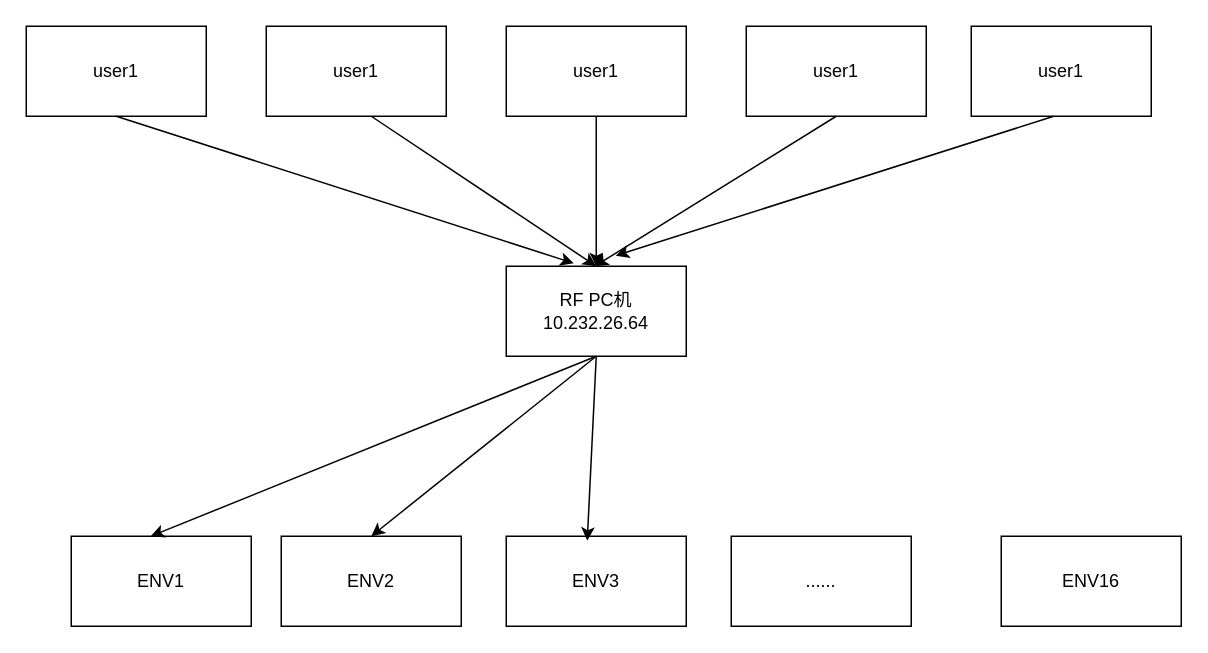
Above: 自动化群体环境管理图.drawio in ghr12345/bianyiqi (draw.io), before the change. Source tidied: cells renumbered, new cells numbered last; positions are measured from the earlier drawing's top-left corner, leaving out a move shared by most shapes. Both pictures are drawn from the tidied source at 150%, with x=0, y=0 at pixel (26, 26).
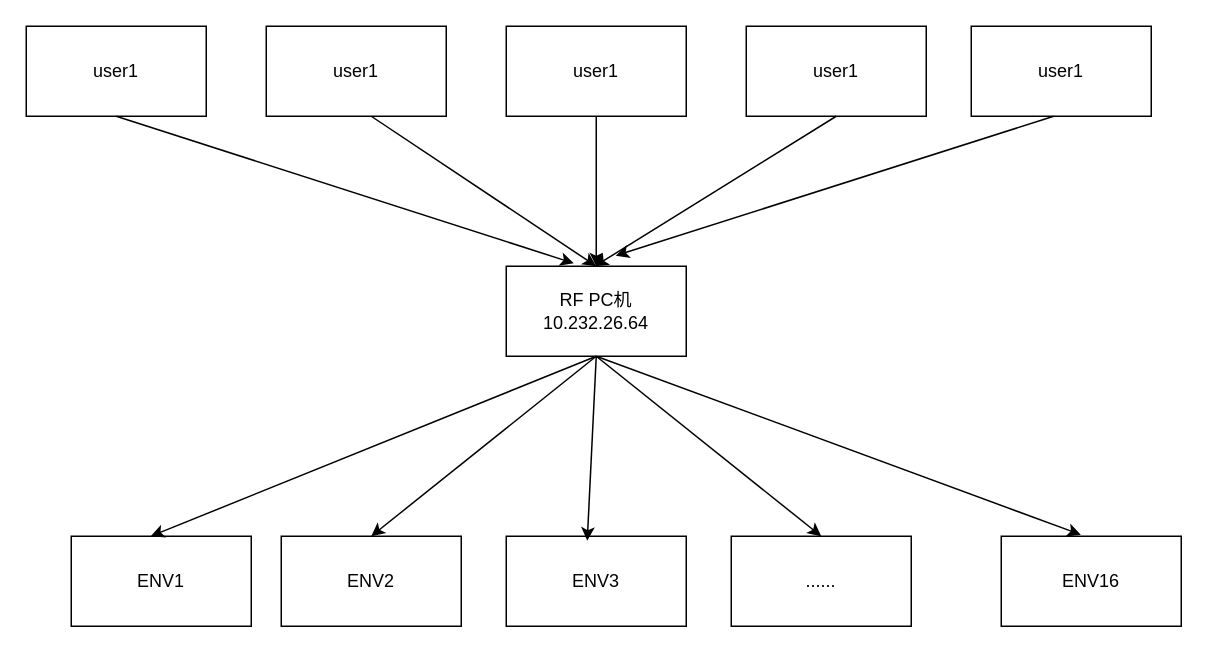
After the change.

Commit message (it also covers changes not shown here):
Update 自动化群体环境管理图.drawio

Unchanged cells that the change refers to:
```xml
<mxCell id="2" value="RF PC机 10.232.26.64" style="rounded=0;whiteSpace=wrap;html=1;" parent="1" vertex="1">
  <mxGeometry x="320" y="160" width="120" height="60" as="geometry" />
</mxCell>
<mxCell id="7" value="......" style="rounded=0;whiteSpace=wrap;html=1;" parent="1" vertex="1">
  <mxGeometry x="470" y="340" width="120" height="60" as="geometry" />
</mxCell>
<mxCell id="8" value="ENV16" style="rounded=0;whiteSpace=wrap;html=1;" parent="1" vertex="1">
  <mxGeometry x="650" y="340" width="120" height="60" as="geometry" />
</mxCell>
```

The edit, as a diff of the source:
```diff
@@
+    <mxCell id="21" style="endArrow=classic;html=1;entryX=0.5;entryY=0;entryDx=0;entryDy=0;" parent="1" edge="1" target="7">
+      <mxGeometry relative="1" as="geometry">
+        <mxPoint x="380" y="220" as="sourcePoint" />
+      </mxGeometry>
+    </mxCell>
+    <mxCell id="22" style="endArrow=classic;html=1;exitX=0.5;exitY=1;exitDx=0;exitDy=0;entryX=0.442;entryY=-0.017;entryDx=0;entryDy=0;entryPerimeter=0;" parent="1" edge="1" source="2" target="8">
+      <mxGeometry relative="1" as="geometry" />
+    </mxCell>
```
